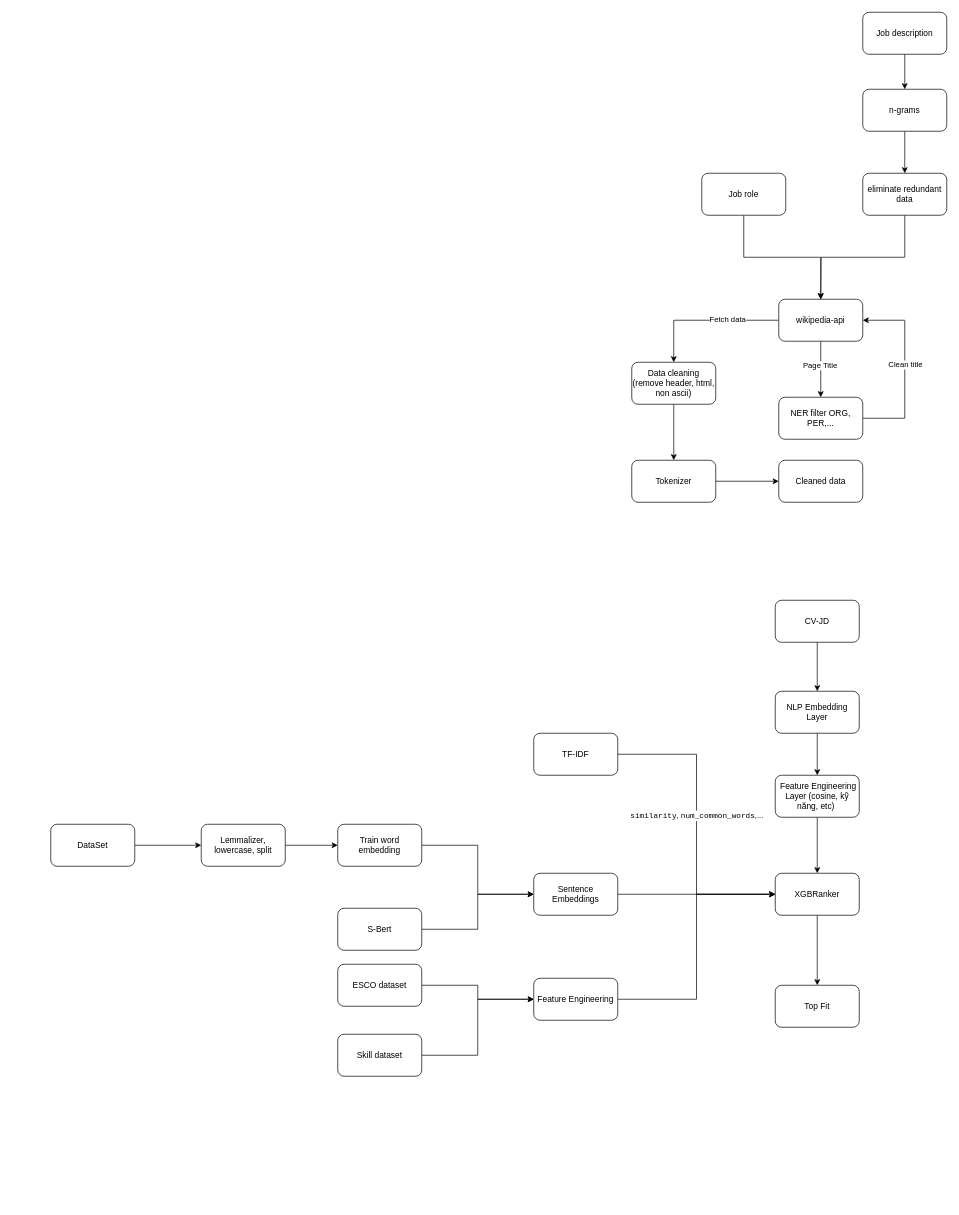
Before: Diagram.drawio in DatLe328/AI-Powered-Recruitment-Platform, a draw.io diagram. Source tidied: cells renumbered, new cells numbered last; positions are measured from the earlier drawing's top-left corner, leaving out a move shared by most shapes. Both pictures are drawn from the tidied source at 70%, with x=0, y=0 at pixel (50, 12).
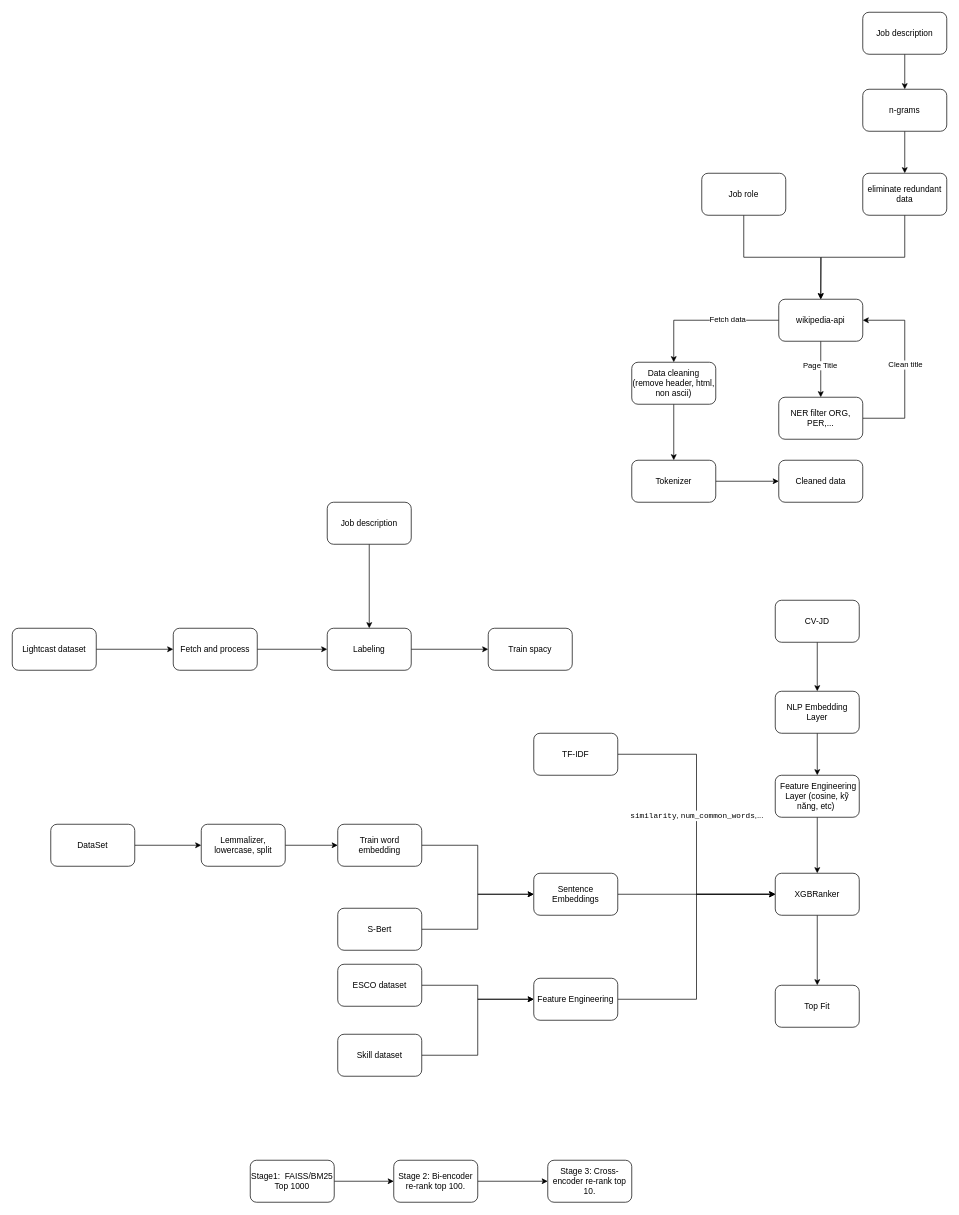
Above is the later version.

Change to the diagram source:
```diff
@@
+    <mxCell id="51" style="edgeStyle=orthogonalEdgeStyle;rounded=0;jettySize=auto;html=1;exitX=1;exitY=0.5;exitDx=0;exitDy=0;entryX=0;entryY=0.5;entryDx=0;entryDy=0;" parent="1" edge="1" source="52" target="54">
+      <mxGeometry relative="1" as="geometry" />
+    </mxCell>
+    <mxCell id="52" value="Stage1:&amp;nbsp; FAISS/BM25 Top 1000" style="rounded=1;whiteSpace=wrap;html=1;" parent="1" vertex="1">
+      <mxGeometry x="285" y="1640" width="120" height="60" as="geometry" />
+    </mxCell>
+    <mxCell id="53" style="edgeStyle=orthogonalEdgeStyle;rounded=0;jettySize=auto;html=1;exitX=1;exitY=0.5;exitDx=0;exitDy=0;entryX=0;entryY=0.5;entryDx=0;entryDy=0;" parent="1" edge="1" source="54" target="55">
+      <mxGeometry relative="1" as="geometry" />
+    </mxCell>
+    <mxCell id="54" value="Stage 2: Bi-encoder re-rank top 100." style="rounded=1;whiteSpace=wrap;html=1;" parent="1" vertex="1">
+      <mxGeometry x="490" y="1640" width="120" height="60" as="geometry" />
+    </mxCell>
+    <mxCell id="55" value="Stage 3: Cross-encoder re-rank top 10." style="rounded=1;whiteSpace=wrap;html=1;" parent="1" vertex="1">
+      <mxGeometry x="710" y="1640" width="120" height="60" as="geometry" />
+    </mxCell>
+    <mxCell id="56" style="edgeStyle=orthogonalEdgeStyle;rounded=0;jettySize=auto;html=1;exitX=1;exitY=0.5;exitDx=0;exitDy=0;entryX=0;entryY=0.5;entryDx=0;entryDy=0;" parent="1" edge="1" source="57" target="59">
+      <mxGeometry relative="1" as="geometry" />
+    </mxCell>
+    <mxCell id="57" value="Lightcast dataset" style="rounded=1;whiteSpace=wrap;html=1;" parent="1" vertex="1">
+      <mxGeometry x="-55" y="880" width="120" height="60" as="geometry" />
+    </mxCell>
+    <mxCell id="58" style="edgeStyle=orthogonalEdgeStyle;rounded=0;jettySize=auto;html=1;exitX=1;exitY=0.5;exitDx=0;exitDy=0;entryX=0;entryY=0.5;entryDx=0;entryDy=0;" parent="1" edge="1" source="59" target="63">
+      <mxGeometry relative="1" as="geometry" />
+    </mxCell>
+    <mxCell id="59" value="Fetch and process" style="rounded=1;whiteSpace=wrap;html=1;" parent="1" vertex="1">
+      <mxGeometry x="175" y="880" width="120" height="60" as="geometry" />
+    </mxCell>
+    <mxCell id="60" style="edgeStyle=orthogonalEdgeStyle;rounded=0;jettySize=auto;html=1;exitX=0.5;exitY=1;exitDx=0;exitDy=0;entryX=0.5;entryY=0;entryDx=0;entryDy=0;" parent="1" edge="1" source="61" target="63">
+      <mxGeometry relative="1" as="geometry" />
+    </mxCell>
+    <mxCell id="61" value="Job description" style="rounded=1;whiteSpace=wrap;html=1;" parent="1" vertex="1">
+      <mxGeometry x="395" y="700" width="120" height="60" as="geometry" />
+    </mxCell>
+    <mxCell id="62" style="edgeStyle=orthogonalEdgeStyle;rounded=0;jettySize=auto;html=1;exitX=1;exitY=0.5;exitDx=0;exitDy=0;entryX=0;entryY=0.5;entryDx=0;entryDy=0;" parent="1" edge="1" source="63" target="64">
+      <mxGeometry relative="1" as="geometry" />
+    </mxCell>
+    <mxCell id="63" value="Labeling" style="rounded=1;whiteSpace=wrap;html=1;" parent="1" vertex="1">
+      <mxGeometry x="395" y="880" width="120" height="60" as="geometry" />
+    </mxCell>
+    <mxCell id="64" value="Train spacy" style="rounded=1;whiteSpace=wrap;html=1;" parent="1" vertex="1">
+      <mxGeometry x="625" y="880" width="120" height="60" as="geometry" />
+    </mxCell>
```
